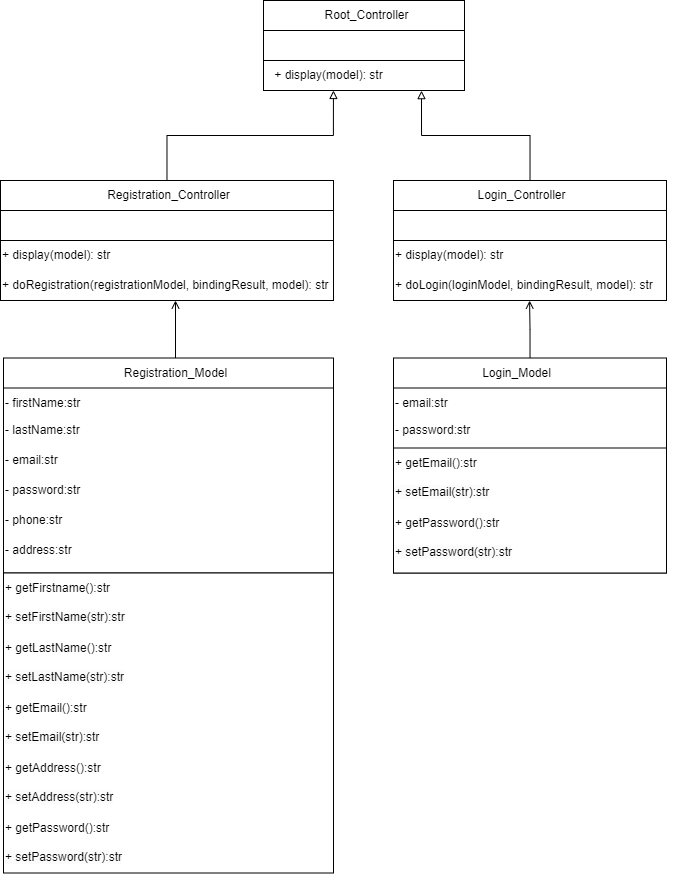
Earlier version of the draw.io export Wireframes & Models/Class_Diagram.png (ktbloomq/Milestone-CST-339). Source tidied: cells renumbered, new cells last; positions are measured from the earlier drawing's top-left corner, leaving out a move shared by most shapes.
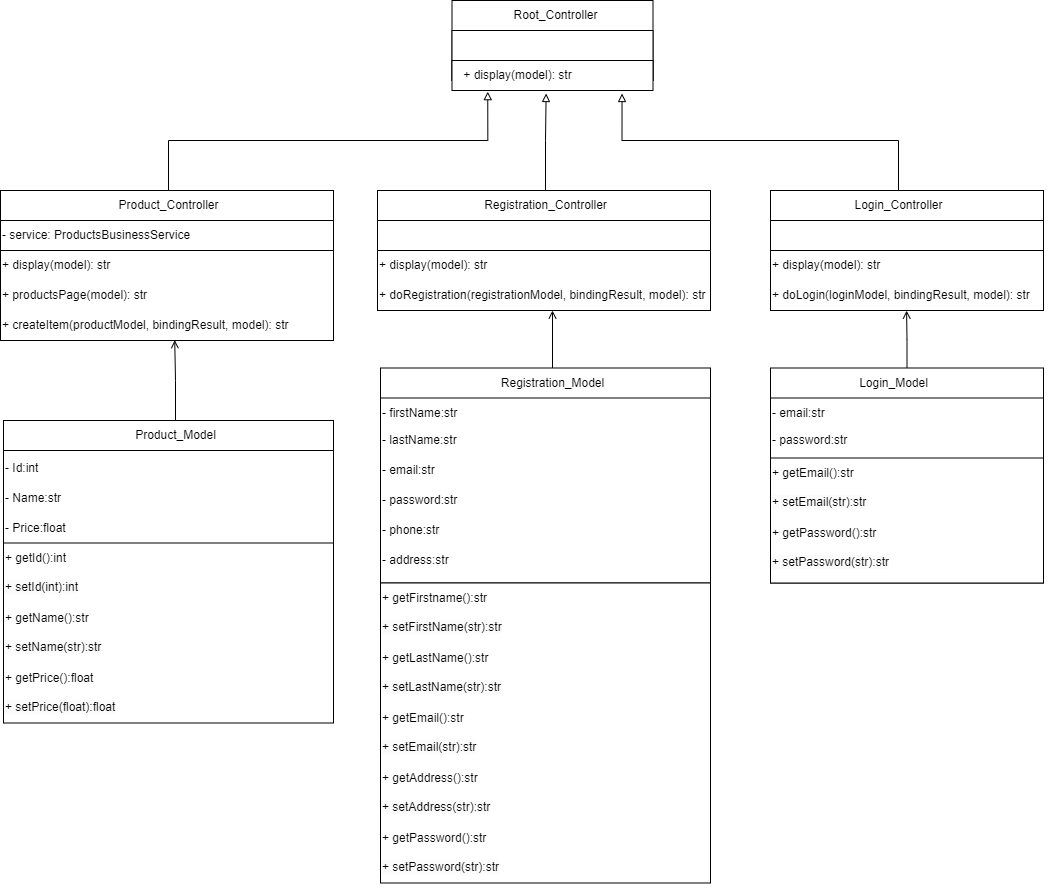
Later version of the same file.

Change to the diagram source:
```diff
@@ -3,26 +3,26 @@
     <mxCell id="0" />
     <mxCell id="1" parent="0" />
     <mxCell id="2" style="rounded=0;whiteSpace=wrap;html=1;" parent="1" vertex="1">
-      <mxGeometry x="263" width="201" height="80" as="geometry" />
+      <mxGeometry x="74.5" y="-10" width="201" height="80" as="geometry" />
     </mxCell>
     <mxCell id="3" value="Root_Controller" style="text;html=1;align=center;verticalAlign=middle;strokeColor=none;fillColor=none;" parent="1" vertex="1">
-      <mxGeometry x="311" width="110" height="30" as="geometry" />
+      <mxGeometry x="122.5" y="-10" width="110" height="30" as="geometry" />
     </mxCell>
     <mxCell id="4" style="rounded=0;whiteSpace=wrap;html=1;" parent="1" vertex="1">
-      <mxGeometry x="263" y="30" width="201" height="50" as="geometry" />
+      <mxGeometry x="74.5" y="20" width="201" height="50" as="geometry" />
     </mxCell>
     <mxCell id="5" style="whiteSpace=wrap;html=1;" parent="1" vertex="1">
-      <mxGeometry x="263" y="60" width="201" height="30" as="geometry" />
+      <mxGeometry x="74.5" y="50" width="201" height="30" as="geometry" />
     </mxCell>
     <mxCell id="6" value="+ display(model): str" style="text;html=1;align=center;verticalAlign=middle;points=[];strokeColor=none;fillColor=none;" parent="1" vertex="1">
-      <mxGeometry x="263" y="60" width="130" height="30" as="geometry" />
+      <mxGeometry x="74.5" y="50" width="130" height="30" as="geometry" />
     </mxCell>
-    <mxCell id="7" style="edgeStyle=orthogonalEdgeStyle;rounded=0;jettySize=auto;html=1;entryX=0.538;entryY=1;entryDx=0;entryDy=0;entryPerimeter=0;endArrow=block;endFill=0;" parent="1" edge="1" source="8" target="6">
-      <mxGeometry relative="1" as="geometry" />
-    </mxCell>
     <mxCell id="8" style="rounded=0;whiteSpace=wrap;html=1;" parent="1" vertex="1">
       <mxGeometry y="180" width="333" height="80" as="geometry" />
     </mxCell>
+    <mxCell id="53" style="edgeStyle=orthogonalEdgeStyle;rounded=0;jettySize=auto;html=1;entryX=0.724;entryY=1.101;entryDx=0;entryDy=0;entryPerimeter=0;endArrow=block;endFill=0;" parent="1" edge="1" source="9" target="6">
+      <mxGeometry relative="1" as="geometry" />
+    </mxCell>
     <mxCell id="9" value="Registration_Controller" style="text;html=1;align=center;verticalAlign=middle;points=[];strokeColor=none;fillColor=none;" parent="1" vertex="1">
       <mxGeometry x="93" y="180" width="150" height="30" as="geometry" />
     </mxCell>
@@ -38,12 +38,17 @@
     <mxCell id="13" value="+ doRegistration(registrationModel, bindingResult, model): str" style="text;html=1;align=left;verticalAlign=middle;points=[];strokeColor=none;fillColor=none;" parent="1" vertex="1">
       <mxGeometry y="270" width="350" height="30" as="geometry" />
     </mxCell>
-    <mxCell id="14" style="edgeStyle=orthogonalEdgeStyle;rounded=0;jettySize=auto;html=1;entryX=0.786;entryY=1.005;entryDx=0;entryDy=0;entryPerimeter=0;endArrow=block;endFill=0;" parent="1" edge="1" source="15" target="5">
-      <mxGeometry relative="1" as="geometry" />
-    </mxCell>
     <mxCell id="15" style="rounded=0;whiteSpace=wrap;html=1;" parent="1" vertex="1">
       <mxGeometry x="393" y="180" width="273" height="80" as="geometry" />
     </mxCell>
+    <mxCell id="54" style="edgeStyle=orthogonalEdgeStyle;rounded=0;jettySize=auto;html=1;entryX=0.846;entryY=1.101;entryDx=0;entryDy=0;entryPerimeter=0;endArrow=block;endFill=0;" parent="1" edge="1" source="16" target="5">
+      <mxGeometry relative="1" as="geometry">
+        <Array as="points">
+          <mxPoint x="521" y="130" />
+          <mxPoint x="245" y="130" />
+        </Array>
+      </mxGeometry>
+    </mxCell>
     <mxCell id="16" value="Login_Controller" style="text;html=1;align=center;verticalAlign=middle;points=[];strokeColor=none;fillColor=none;" parent="1" vertex="1">
       <mxGeometry x="466" y="180" width="110" height="30" as="geometry" />
     </mxCell>
@@ -155,5 +160,79 @@
     <mxCell id="52" value="+ getPassword():str" style="text;html=1;align=left;verticalAlign=middle;strokeColor=none;fillColor=none;" parent="1" vertex="1">
       <mxGeometry x="393" y="507.5" width="130" height="30" as="geometry" />
     </mxCell>
+    <mxCell id="55" style="rounded=0;whiteSpace=wrap;html=1;" parent="1" vertex="1">
+      <mxGeometry x="-377" y="180" width="333" height="80" as="geometry" />
+    </mxCell>
+    <mxCell id="56" style="edgeStyle=orthogonalEdgeStyle;rounded=0;jettySize=auto;html=1;entryX=0.275;entryY=1.039;entryDx=0;entryDy=0;entryPerimeter=0;endArrow=block;endFill=0;" parent="1" edge="1" source="57" target="6">
+      <mxGeometry relative="1" as="geometry">
+        <Array as="points">
+          <mxPoint x="-209" y="130" />
+          <mxPoint x="110" y="130" />
+        </Array>
+      </mxGeometry>
+    </mxCell>
+    <mxCell id="57" value="Product_Controller" style="text;html=1;align=center;verticalAlign=middle;points=[];strokeColor=none;fillColor=none;" parent="1" vertex="1">
+      <mxGeometry x="-269" y="180" width="120" height="30" as="geometry" />
+    </mxCell>
+    <mxCell id="58" style="rounded=0;whiteSpace=wrap;html=1;" parent="1" vertex="1">
+      <mxGeometry x="-377" y="210" width="333" height="50" as="geometry" />
+    </mxCell>
+    <mxCell id="59" style="whiteSpace=wrap;html=1;" parent="1" vertex="1">
+      <mxGeometry x="-377" y="240" width="333" height="90" as="geometry" />
+    </mxCell>
+    <mxCell id="60" value="+ display(model): str" style="text;html=1;align=left;verticalAlign=middle;strokeColor=none;fillColor=none;" parent="1" vertex="1">
+      <mxGeometry x="-377" y="240" width="130" height="30" as="geometry" />
+    </mxCell>
+    <mxCell id="61" value="+ createItem(productModel, bindingResult, model): str" style="text;html=1;align=left;verticalAlign=middle;points=[];strokeColor=none;fillColor=none;" parent="1" vertex="1">
+      <mxGeometry x="-377" y="300" width="310" height="30" as="geometry" />
+    </mxCell>
+    <mxCell id="62" style="rounded=0;whiteSpace=wrap;html=1;" parent="1" vertex="1">
+      <mxGeometry x="-374" y="410" width="330" height="80" as="geometry" />
+    </mxCell>
+    <mxCell id="63" style="edgeStyle=orthogonalEdgeStyle;rounded=0;jettySize=auto;html=1;entryX=0.562;entryY=0.99;entryDx=0;entryDy=0;entryPerimeter=0;endArrow=open;endFill=0;" parent="1" edge="1" source="64" target="61">
+      <mxGeometry relative="1" as="geometry" />
+    </mxCell>
+    <mxCell id="64" value="Product_Model" style="text;html=1;align=center;verticalAlign=middle;points=[];strokeColor=none;fillColor=none;" parent="1" vertex="1">
+      <mxGeometry x="-252" y="410" width="100" height="30" as="geometry" />
+    </mxCell>
+    <mxCell id="65" style="rounded=0;whiteSpace=wrap;html=1;" parent="1" vertex="1">
+      <mxGeometry x="-374" y="440" width="330" height="185" as="geometry" />
+    </mxCell>
+    <mxCell id="66" style="whiteSpace=wrap;html=1;" parent="1" vertex="1">
+      <mxGeometry x="-374" y="532.5" width="330" height="180" as="geometry" />
+    </mxCell>
+    <mxCell id="67" value="- Name:str" style="text;html=1;align=left;verticalAlign=middle;strokeColor=none;fillColor=none;" parent="1" vertex="1">
+      <mxGeometry x="-374" y="472.5" width="80" height="30" as="geometry" />
+    </mxCell>
+    <mxCell id="68" value="- Id:int" style="text;html=1;align=left;verticalAlign=middle;strokeColor=none;fillColor=none;" parent="1" vertex="1">
+      <mxGeometry x="-374" y="442.5" width="60" height="30" as="geometry" />
+    </mxCell>
+    <mxCell id="69" value="+ getId():int" style="text;html=1;align=left;verticalAlign=middle;strokeColor=none;fillColor=none;" parent="1" vertex="1">
+      <mxGeometry x="-374" y="532.5" width="80" height="30" as="geometry" />
+    </mxCell>
+    <mxCell id="70" value="&lt;span style=&quot;color: rgb(0, 0, 0); font-family: Helvetica; font-size: 12px; font-style: normal; font-variant-ligatures: normal; font-variant-caps: normal; font-weight: 400; letter-spacing: normal; orphans: 2; text-align: center; text-indent: 0px; text-transform: none; widows: 2; word-spacing: 0px; -webkit-text-stroke-width: 0px; background-color: rgb(251, 251, 251); text-decoration-thickness: initial; text-decoration-style: initial; text-decoration-color: initial; float: none; display: inline !important;&quot;&gt;+ setId(int):int&lt;/span&gt;" style="text;whiteSpace=wrap;html=1;" parent="1" vertex="1">
+      <mxGeometry x="-374" y="562.5" width="140" height="40" as="geometry" />
+    </mxCell>
+    <mxCell id="71" value="&lt;span style=&quot;color: rgb(0, 0, 0); font-family: Helvetica; font-size: 12px; font-style: normal; font-variant-ligatures: normal; font-variant-caps: normal; font-weight: 400; letter-spacing: normal; orphans: 2; text-align: center; text-indent: 0px; text-transform: none; widows: 2; word-spacing: 0px; -webkit-text-stroke-width: 0px; background-color: rgb(251, 251, 251); text-decoration-thickness: initial; text-decoration-style: initial; text-decoration-color: initial; float: none; display: inline !important;&quot;&gt;+ setName(str):str&lt;/span&gt;" style="text;whiteSpace=wrap;html=1;" parent="1" vertex="1">
+      <mxGeometry x="-374" y="622.5" width="140" height="40" as="geometry" />
+    </mxCell>
+    <mxCell id="72" value="&lt;span style=&quot;color: rgb(0, 0, 0); font-family: Helvetica; font-size: 12px; font-style: normal; font-variant-ligatures: normal; font-variant-caps: normal; font-weight: 400; letter-spacing: normal; orphans: 2; text-align: center; text-indent: 0px; text-transform: none; widows: 2; word-spacing: 0px; -webkit-text-stroke-width: 0px; background-color: rgb(251, 251, 251); text-decoration-thickness: initial; text-decoration-style: initial; text-decoration-color: initial; float: none; display: inline !important;&quot;&gt;+ setPrice(float):float&lt;/span&gt;" style="text;whiteSpace=wrap;html=1;" parent="1" vertex="1">
+      <mxGeometry x="-374" y="682.5" width="140" height="40" as="geometry" />
+    </mxCell>
+    <mxCell id="73" value="+ getPrice():float" style="text;html=1;align=left;verticalAlign=middle;strokeColor=none;fillColor=none;" parent="1" vertex="1">
+      <mxGeometry x="-374" y="652.5" width="110" height="30" as="geometry" />
+    </mxCell>
+    <mxCell id="74" value="+ getName():str" style="text;html=1;align=left;verticalAlign=middle;strokeColor=none;fillColor=none;" parent="1" vertex="1">
+      <mxGeometry x="-374" y="592.5" width="110" height="30" as="geometry" />
+    </mxCell>
+    <mxCell id="75" value="+ productsPage(model): str" style="text;html=1;align=left;verticalAlign=middle;strokeColor=none;fillColor=none;" parent="1" vertex="1">
+      <mxGeometry x="-377" y="270" width="170" height="30" as="geometry" />
+    </mxCell>
+    <mxCell id="76" value="- service: ProductsBusinessService" style="text;html=1;align=left;verticalAlign=middle;strokeColor=none;fillColor=none;" parent="1" vertex="1">
+      <mxGeometry x="-377" y="210" width="210" height="30" as="geometry" />
+    </mxCell>
+    <mxCell id="77" value="- Price:float" style="text;html=1;align=left;verticalAlign=middle;strokeColor=none;fillColor=none;" parent="1" vertex="1">
+      <mxGeometry x="-374" y="502.5" width="80" height="30" as="geometry" />
+    </mxCell>
   </root>
 </mxGraphModel>
```
